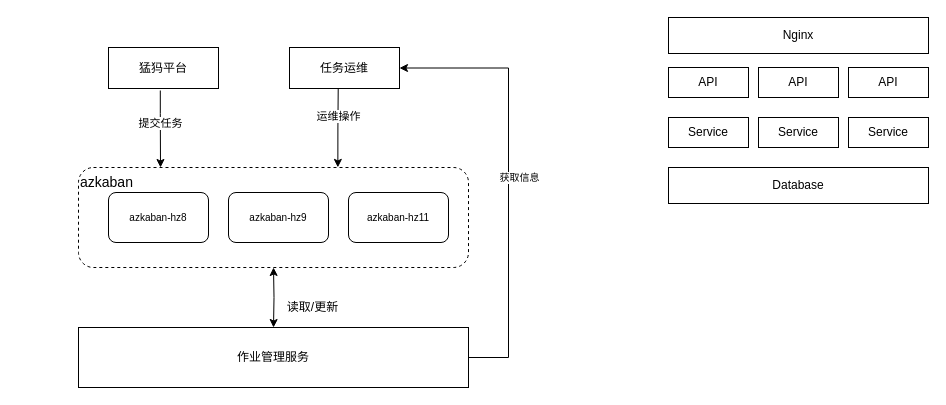
blackberrier/drawiorepo keeps this draw.io diagram as jobmanager.drawio. Above is the earlier version. Source tidied: cells renumbered, new cells numbered last; positions are measured from the earlier drawing's top-left corner, leaving out a move shared by most shapes. Both pictures are drawn from the tidied source at 100%, with x=0, y=0 at pixel (78, 17).
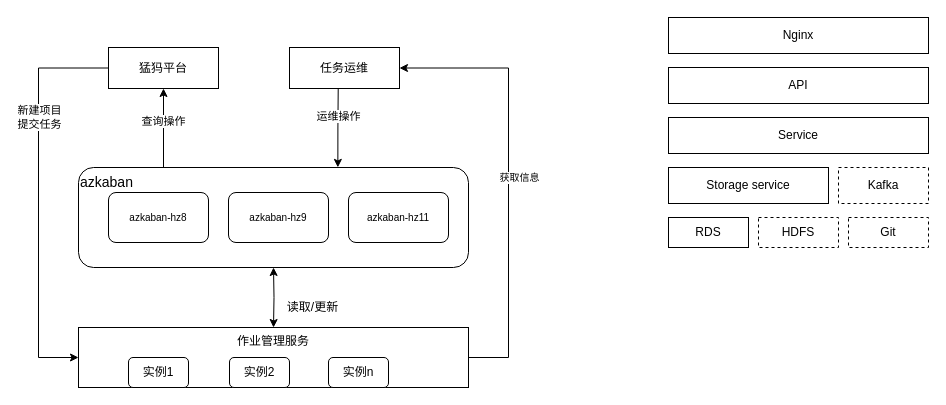
Above is the later version.

Unchanged cells that the change refers to:
```xml
<mxCell id="8" value="猛犸平台" style="rounded=0;whiteSpace=wrap;html=1;" parent="1" vertex="1">
  <mxGeometry x="30" y="30" width="110" height="41" as="geometry" />
</mxCell>
```

What changed in the source:
```diff
@@
-    <mxCell id="4" value="&lt;font style=&quot;font-size: 14px&quot;&gt;azkaban&lt;/font&gt;" style="rounded=1;whiteSpace=wrap;html=1;horizontal=1;align=left;verticalAlign=top;dashed=1;" parent="1" vertex="1">
+    <mxCell id="4" value="&lt;font style=&quot;font-size: 14px&quot;&gt;azkaban&lt;/font&gt;" style="rounded=1;whiteSpace=wrap;html=1;horizontal=1;align=left;verticalAlign=top;" parent="1" vertex="1">
       <mxGeometry y="150" width="390" height="100" as="geometry" />
     </mxCell>
@@
-    <mxCell id="6" style="edgeStyle=orthogonalEdgeStyle;rounded=0;jettySize=auto;html=1;exitX=0.471;exitY=1.049;exitDx=0;exitDy=0;startArrow=none;startFill=0;endArrow=classic;endFill=1;exitPerimeter=0;" parent="1" edge="1" source="8">
+    <mxCell id="6" style="edgeStyle=orthogonalEdgeStyle;rounded=0;jettySize=auto;html=1;exitX=0;exitY=0.5;exitDx=0;exitDy=0;startArrow=none;startFill=0;endArrow=classic;endFill=1;entryX=0;entryY=0.5;entryDx=0;entryDy=0;" parent="1" edge="1" source="8" target="12">
       <mxGeometry relative="1" as="geometry">
-        <mxPoint x="82" y="150" as="targetPoint" />
         <Array as="points">
-          <mxPoint x="82" y="96" />
-          <mxPoint x="82" y="150" />
+          <mxPoint x="-40" y="51" />
+          <mxPoint x="-40" y="340" />
         </Array>
       </mxGeometry>
     </mxCell>
-    <mxCell id="7" value="&lt;span style=&quot;font-size: 11px&quot;&gt;提交任务&lt;/span&gt;" style="edgeLabel;html=1;align=center;verticalAlign=middle;fontSize=10;" parent="6" vertex="1">
-      <mxGeometry x="-0.18" relative="1" as="geometry" />
+    <mxCell id="7" value="&lt;span style=&quot;font-size: 11px&quot;&gt;新建项目&lt;br&gt;提交任务&lt;/span&gt;" style="edgeLabel;html=1;align=center;verticalAlign=middle;fontSize=10;" parent="6" vertex="1">
+      <mxGeometry x="-0.18" relative="1" as="geometry">
+        <mxPoint y="-45" as="offset" />
+      </mxGeometry>
     </mxCell>
@@
-    <mxCell id="12" value="作业管理服务" style="rounded=0;whiteSpace=wrap;html=1;horizontal=1;verticalAlign=middle;" parent="1" vertex="1">
+    <mxCell id="12" value="作业管理服务" style="rounded=0;whiteSpace=wrap;html=1;horizontal=1;verticalAlign=top;" parent="1" vertex="1">
       <mxGeometry y="310" width="390" height="60" as="geometry" />
     </mxCell>
@@
-    <mxCell id="17" value="API" style="rounded=0;whiteSpace=wrap;html=1;align=center;verticalAlign=middle;" parent="1" vertex="1">
-      <mxGeometry x="590" y="50" width="80" height="30" as="geometry" />
-    </mxCell>
-    <mxCell id="18" value="Service" style="rounded=0;whiteSpace=wrap;html=1;align=center;verticalAlign=middle;" parent="1" vertex="1">
-      <mxGeometry x="590" y="100" width="80" height="30" as="geometry" />
+    <mxCell id="18" value="RDS" style="rounded=0;whiteSpace=wrap;html=1;align=center;verticalAlign=middle;" parent="1" vertex="1">
+      <mxGeometry x="590" y="200" width="80" height="30" as="geometry" />
     </mxCell>
-    <mxCell id="19" value="Database" style="rounded=0;whiteSpace=wrap;html=1;align=center;verticalAlign=middle;" parent="1" vertex="1">
-      <mxGeometry x="590" y="150" width="260" height="36" as="geometry" />
-    </mxCell>
-    <mxCell id="20" value="API" style="rounded=0;whiteSpace=wrap;html=1;align=center;verticalAlign=middle;" parent="1" vertex="1">
-      <mxGeometry x="680" y="50" width="80" height="30" as="geometry" />
-    </mxCell>
-    <mxCell id="21" value="Service" style="rounded=0;whiteSpace=wrap;html=1;align=center;verticalAlign=middle;" parent="1" vertex="1">
-      <mxGeometry x="680" y="100" width="80" height="30" as="geometry" />
+    <mxCell id="21" value="HDFS" style="rounded=0;whiteSpace=wrap;html=1;align=center;verticalAlign=middle;dashed=1;" parent="1" vertex="1">
+      <mxGeometry x="680" y="200" width="80" height="30" as="geometry" />
     </mxCell>
-    <mxCell id="22" value="API" style="rounded=0;whiteSpace=wrap;html=1;align=center;verticalAlign=middle;" parent="1" vertex="1">
-      <mxGeometry x="770" y="50" width="80" height="30" as="geometry" />
-    </mxCell>
-    <mxCell id="23" value="Service" style="rounded=0;whiteSpace=wrap;html=1;align=center;verticalAlign=middle;" parent="1" vertex="1">
-      <mxGeometry x="770" y="100" width="80" height="30" as="geometry" />
+    <mxCell id="23" value="Git" style="rounded=0;whiteSpace=wrap;html=1;align=center;verticalAlign=middle;dashed=1;" parent="1" vertex="1">
+      <mxGeometry x="770" y="200" width="80" height="30" as="geometry" />
     </mxCell>
@@
+    <mxCell id="25" style="endArrow=classic;html=1;entryX=0.5;entryY=1;entryDx=0;entryDy=0;" parent="1" edge="1" target="8">
+      <mxGeometry relative="1" as="geometry">
+        <mxPoint x="85" y="150" as="sourcePoint" />
+      </mxGeometry>
+    </mxCell>
+    <mxCell id="26" value="查询操作" style="edgeLabel;html=1;align=center;verticalAlign=middle;" parent="25" vertex="1">
+      <mxGeometry x="0.19" y="1" relative="1" as="geometry" />
+    </mxCell>
+    <mxCell id="27" value="实例1" style="rounded=1;whiteSpace=wrap;html=1;verticalAlign=middle;" parent="1" vertex="1">
+      <mxGeometry x="50" y="340" width="60" height="30" as="geometry" />
+    </mxCell>
+    <mxCell id="28" value="实例2" style="rounded=1;whiteSpace=wrap;html=1;verticalAlign=middle;" parent="1" vertex="1">
+      <mxGeometry x="151" y="340" width="60" height="30" as="geometry" />
+    </mxCell>
+    <mxCell id="29" value="实例n" style="rounded=1;whiteSpace=wrap;html=1;verticalAlign=middle;" parent="1" vertex="1">
+      <mxGeometry x="250" y="340" width="60" height="30" as="geometry" />
+    </mxCell>
+    <mxCell id="30" value="API" style="rounded=0;whiteSpace=wrap;html=1;align=center;verticalAlign=middle;" parent="1" vertex="1">
+      <mxGeometry x="590" y="50" width="260" height="36" as="geometry" />
+    </mxCell>
+    <mxCell id="31" value="Service" style="rounded=0;whiteSpace=wrap;html=1;align=center;verticalAlign=middle;" parent="1" vertex="1">
+      <mxGeometry x="590" y="100" width="260" height="36" as="geometry" />
+    </mxCell>
+    <mxCell id="32" value="Storage service" style="rounded=0;whiteSpace=wrap;html=1;align=center;verticalAlign=middle;" parent="1" vertex="1">
+      <mxGeometry x="590" y="150" width="160" height="36" as="geometry" />
+    </mxCell>
+    <mxCell id="33" value="Kafka" style="rounded=0;whiteSpace=wrap;html=1;align=center;verticalAlign=middle;dashed=1;" parent="1" vertex="1">
+      <mxGeometry x="760" y="150" width="90" height="36" as="geometry" />
+    </mxCell>
```
